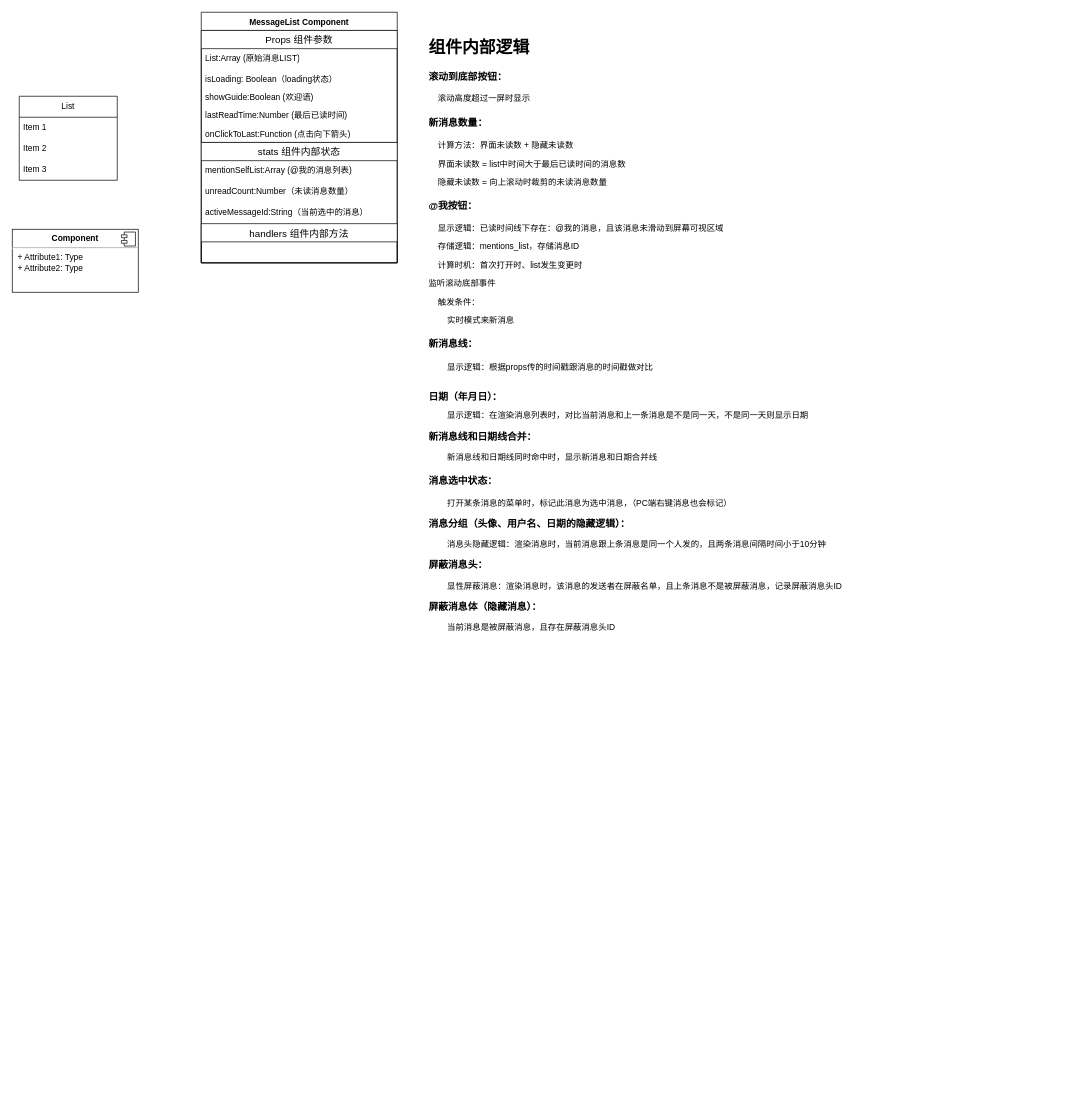
ccccccp/draw-io keeps this draw.io diagram as TextRoom.drawio. Above is the earlier version. Source tidied: cells renumbered, new cells numbered last; positions are measured from the earlier drawing's top-left corner, leaving out a move shared by most shapes. Both pictures are drawn from the tidied source at 70%, with x=0, y=0 at pixel (12, 12).
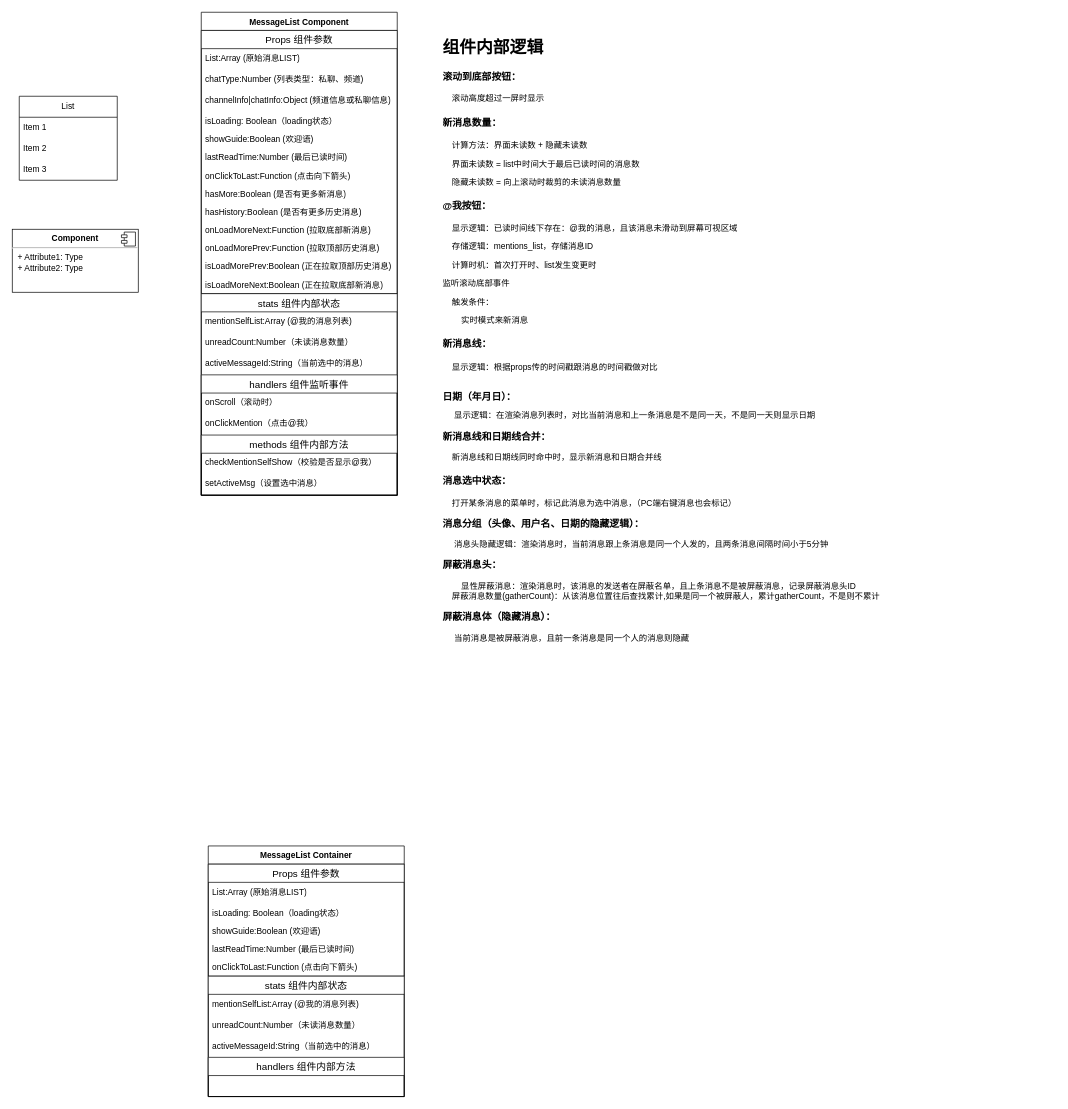
The same diagram, later.

The edit, as a diff of the source:
```diff
@@
     <mxCell id="8" value="MessageList Component" style="swimlane;fontStyle=1;align=center;verticalAlign=top;horizontal=1;startSize=26;whiteSpace=wrap;html=1;" parent="1" vertex="1">
-      <mxGeometry x="270" width="280" height="358" as="geometry" />
+      <mxGeometry x="270" width="280" height="690" as="geometry" />
     </mxCell>
     <mxCell id="9" value="Props 组件参数" style="swimlane;fontStyle=0;horizontal=1;startSize=26;align=center;fontSize=14;" parent="8" vertex="1">
-      <mxGeometry y="26" width="280" height="160" as="geometry" />
+      <mxGeometry y="26" width="280" height="376" as="geometry" />
     </mxCell>
@@
+    <mxCell id="21" value="chatType:Number (列表类型：私聊、频道)" style="text;strokeColor=none;fillColor=none;spacingLeft=4;spacingRight=4;overflow=hidden;fontSize=12;whiteSpace=wrap;html=1;" parent="9" vertex="1">
+      <mxGeometry y="56" width="280" height="30" as="geometry" />
+    </mxCell>
+    <mxCell id="22" value="channelInfo|chatInfo:Object (频道信息或私聊信息)" style="text;strokeColor=none;fillColor=none;spacingLeft=4;spacingRight=4;overflow=hidden;fontSize=12;whiteSpace=wrap;html=1;" parent="9" vertex="1">
+      <mxGeometry y="86" width="280" height="30" as="geometry" />
+    </mxCell>
     <mxCell id="11" value="isLoading: Boolean（loading状态）" style="text;strokeColor=none;fillColor=none;align=left;verticalAlign=top;spacingLeft=4;spacingRight=4;overflow=hidden;whiteSpace=wrap;html=1;" parent="9" vertex="1">
-      <mxGeometry y="56" width="280" height="26" as="geometry" />
+      <mxGeometry y="116" width="280" height="26" as="geometry" />
     </mxCell>
     <mxCell id="12" value="showGuide:Boolean (欢迎语)" style="text;strokeColor=none;fillColor=none;align=left;verticalAlign=top;spacingLeft=4;spacingRight=4;overflow=hidden;whiteSpace=wrap;html=1;" parent="9" vertex="1">
-      <mxGeometry y="82" width="280" height="26" as="geometry" />
+      <mxGeometry y="142" width="280" height="26" as="geometry" />
     </mxCell>
     <mxCell id="13" value="lastReadTime:Number (最后已读时间)" style="text;strokeColor=none;fillColor=none;align=left;verticalAlign=top;spacingLeft=4;spacingRight=4;overflow=hidden;whiteSpace=wrap;html=1;" parent="9" vertex="1">
-      <mxGeometry y="108" width="280" height="26" as="geometry" />
+      <mxGeometry y="168" width="280" height="26" as="geometry" />
     </mxCell>
     <mxCell id="14" value="onClickToLast:Function (点击向下箭头)" style="text;strokeColor=none;fillColor=none;align=left;verticalAlign=top;spacingLeft=4;spacingRight=4;overflow=hidden;whiteSpace=wrap;html=1;" parent="9" vertex="1">
-      <mxGeometry y="134" width="280" height="26" as="geometry" />
+      <mxGeometry y="194" width="280" height="26" as="geometry" />
     </mxCell>
+    <mxCell id="23" value="hasMore:Boolean (是否有更多新消息)" style="text;strokeColor=none;fillColor=none;align=left;verticalAlign=top;spacingLeft=4;spacingRight=4;overflow=hidden;whiteSpace=wrap;html=1;" parent="9" vertex="1">
+      <mxGeometry y="220" width="280" height="26" as="geometry" />
+    </mxCell>
+    <mxCell id="24" value="hasHistory:Boolean (是否有更多历史消息)" style="text;strokeColor=none;fillColor=none;align=left;verticalAlign=top;spacingLeft=4;spacingRight=4;overflow=hidden;whiteSpace=wrap;html=1;" parent="9" vertex="1">
+      <mxGeometry y="246" width="280" height="26" as="geometry" />
+    </mxCell>
+    <mxCell id="25" value="onLoadMoreNext:Function (拉取底部新消息)" style="text;strokeColor=none;fillColor=none;align=left;verticalAlign=top;spacingLeft=4;spacingRight=4;overflow=hidden;whiteSpace=wrap;html=1;" parent="9" vertex="1">
+      <mxGeometry y="272" width="280" height="26" as="geometry" />
+    </mxCell>
+    <mxCell id="26" value="onLoadMorePrev:Function (拉取顶部历史消息)" style="text;strokeColor=none;fillColor=none;align=left;verticalAlign=top;spacingLeft=4;spacingRight=4;overflow=hidden;whiteSpace=wrap;html=1;" parent="9" vertex="1">
+      <mxGeometry y="298" width="280" height="26" as="geometry" />
+    </mxCell>
+    <mxCell id="27" value="isLoadMorePrev:Boolean (正在拉取顶部历史消息)" style="text;strokeColor=none;fillColor=none;align=left;verticalAlign=top;spacingLeft=4;spacingRight=4;overflow=hidden;whiteSpace=wrap;html=1;" parent="9" vertex="1">
+      <mxGeometry y="324" width="280" height="26" as="geometry" />
+    </mxCell>
+    <mxCell id="28" value="isLoadMoreNext:Boolean (正在拉取底部新消息)" style="text;strokeColor=none;fillColor=none;align=left;verticalAlign=top;spacingLeft=4;spacingRight=4;overflow=hidden;whiteSpace=wrap;html=1;" parent="9" vertex="1">
+      <mxGeometry y="350" width="280" height="26" as="geometry" />
+    </mxCell>
     <mxCell id="15" value="stats 组件内部状态" style="swimlane;fontStyle=0;horizontal=1;startSize=26;align=center;fontSize=14;" parent="8" vertex="1">
-      <mxGeometry y="186" width="280" height="172" as="geometry" />
+      <mxGeometry y="402" width="280" height="288" as="geometry" />
     </mxCell>
@@
-    <mxCell id="19" value="handlers 组件内部方法" style="swimlane;fontStyle=0;horizontal=1;startSize=26;align=center;fontSize=14;" parent="15" vertex="1">
-      <mxGeometry y="116" width="280" height="56" as="geometry" />
+    <mxCell id="19" value="handlers 组件监听事件" style="swimlane;fontStyle=0;horizontal=1;startSize=26;align=center;fontSize=14;" parent="15" vertex="1">
+      <mxGeometry y="116" width="280" height="172" as="geometry" />
     </mxCell>
+    <mxCell id="29" value="onScroll（滚动时）" style="text;strokeColor=none;fillColor=none;spacingLeft=4;spacingRight=4;overflow=hidden;fontSize=12;whiteSpace=wrap;html=1;" parent="19" vertex="1">
+      <mxGeometry y="26" width="280" height="30" as="geometry" />
+    </mxCell>
+    <mxCell id="30" value="onClickMention（点击@我）" style="text;strokeColor=none;fillColor=none;spacingLeft=4;spacingRight=4;overflow=hidden;fontSize=12;whiteSpace=wrap;html=1;" parent="19" vertex="1">
+      <mxGeometry y="56" width="280" height="30" as="geometry" />
+    </mxCell>
+    <mxCell id="31" value="methods 组件内部方法" style="swimlane;fontStyle=0;horizontal=1;startSize=26;align=center;fontSize=14;" parent="19" vertex="1">
+      <mxGeometry y="86" width="280" height="86" as="geometry" />
+    </mxCell>
+    <mxCell id="32" value="checkMentionSelfShow（校验是否显示@我）" style="text;strokeColor=none;fillColor=none;spacingLeft=4;spacingRight=4;overflow=hidden;fontSize=12;whiteSpace=wrap;html=1;" parent="31" vertex="1">
+      <mxGeometry y="26" width="280" height="30" as="geometry" />
+    </mxCell>
+    <mxCell id="33" value="setActiveMsg（设置选中消息）" style="text;strokeColor=none;fillColor=none;spacingLeft=4;spacingRight=4;overflow=hidden;fontSize=12;whiteSpace=wrap;html=1;" parent="31" vertex="1">
+      <mxGeometry y="56" width="280" height="30" as="geometry" />
+    </mxCell>
-    <mxCell id="20" value="&lt;h1&gt;组件内部逻辑&lt;br&gt;&lt;/h1&gt;&lt;h2&gt;&lt;b&gt;&lt;font style=&quot;font-size: 14px;&quot;&gt;滚动到底部按钮：&lt;/font&gt;&lt;/b&gt;&lt;/h2&gt;&lt;p&gt;&lt;span style=&quot;&quot;&gt;&lt;span style=&quot;&quot;&gt;&amp;nbsp;&amp;nbsp;&amp;nbsp;&amp;nbsp;&lt;/span&gt;&lt;/span&gt;滚动高度超过一屏时显示&lt;/p&gt;&lt;h2&gt;&lt;font style=&quot;font-size: 14px;&quot;&gt;&lt;b&gt;新消息数量：&lt;/b&gt;&lt;/font&gt;&lt;/h2&gt;&lt;p&gt;&lt;span style=&quot;&quot;&gt;&lt;span style=&quot;&quot;&gt;&amp;nbsp;&amp;nbsp;&amp;nbsp;&amp;nbsp;计算方法：界面未读数 + 隐藏未读数&lt;/span&gt;&lt;/span&gt;&lt;br&gt;&lt;/p&gt;&lt;p&gt;&lt;span style=&quot;&quot;&gt;&lt;span style=&quot;white-space: pre;&quot;&gt;&amp;nbsp;&amp;nbsp;&amp;nbsp;&amp;nbsp;&lt;/span&gt;&lt;/span&gt;界面未读数 = list中时间大于最后已读时间的消息数&lt;br&gt;&lt;/p&gt;&lt;p&gt;&lt;span style=&quot;&quot;&gt;&lt;span style=&quot;white-space: pre;&quot;&gt;&amp;nbsp;&amp;nbsp;&amp;nbsp;&amp;nbsp;&lt;/span&gt;&lt;/span&gt;隐藏未读数 = 向上滚动时裁剪的未读消息数量&lt;/p&gt;&lt;h2 style=&quot;border-color: var(--border-color);&quot;&gt;&lt;font style=&quot;border-color: var(--border-color); font-size: 14px;&quot;&gt;&lt;b style=&quot;border-color: var(--border-color);&quot;&gt;@我按钮：&lt;/b&gt;&lt;/font&gt;&lt;/h2&gt;&lt;p style=&quot;border-color: var(--border-color);&quot;&gt;&lt;span style=&quot;&quot;&gt;&amp;nbsp;&amp;nbsp;&amp;nbsp;&amp;nbsp;显示逻辑：已读时间线下存在：@我的消息，且该消息未滑动到屏幕可视区域&lt;/span&gt;&lt;/p&gt;&lt;p style=&quot;border-color: var(--border-color);&quot;&gt;&amp;nbsp; &amp;nbsp; 存储逻辑：mentions_list，存储消息ID&lt;/p&gt;&lt;p style=&quot;border-color: var(--border-color);&quot;&gt;&amp;nbsp; &amp;nbsp; 计算时机：首次打开时、list发生变更时&lt;/p&gt;&lt;p style=&quot;border-color: var(--border-color);&quot;&gt;监听滚动底部事件&lt;/p&gt;&lt;p style=&quot;border-color: var(--border-color);&quot;&gt;&amp;nbsp; &amp;nbsp; 触发条件：&lt;/p&gt;&lt;p style=&quot;border-color: var(--border-color);&quot;&gt;&amp;nbsp; &amp;nbsp; &amp;nbsp; &amp;nbsp; 实时模式来新消息&lt;/p&gt;&lt;h2 style=&quot;border-color: var(--border-color);&quot;&gt;&lt;font style=&quot;font-size: 14px;&quot;&gt;新消息线：&lt;/font&gt;&lt;/h2&gt;&lt;div&gt;&lt;span style=&quot;white-space: pre;&quot;&gt;&#9;&lt;/span&gt;显示逻辑：根据props传的时间戳跟消息的时间戳做对比&lt;/div&gt;&lt;div&gt;&lt;br&gt;&lt;/div&gt;&lt;div&gt;&lt;p style=&quot;border-color: var(--border-color);&quot;&gt;&lt;b style=&quot;border-color: var(--border-color);&quot;&gt;&lt;font style=&quot;border-color: var(--border-color); font-size: 14px;&quot;&gt;日期（年月日）：&lt;/font&gt;&lt;/b&gt;&lt;/p&gt;&lt;p style=&quot;border-color: var(--border-color);&quot;&gt;&lt;span style=&quot;white-space: pre;&quot;&gt;&amp;nbsp;&amp;nbsp;&amp;nbsp;&amp;nbsp;    &lt;/span&gt;显示逻辑：在渲染消息列表时，对比当前消息和上一条消息是不是同一天，不是同一天则显示日期&lt;/p&gt;&lt;h3 style=&quot;border-color: var(--border-color);&quot;&gt;新消息线和日期线合并：&lt;/h3&gt;&lt;p style=&quot;border-color: var(--border-color);&quot;&gt;&lt;span style=&quot;white-space: pre;&quot;&gt;&#9;&lt;/span&gt;新消息线和日期线同时命中时，显示新消息和日期合并线&lt;/p&gt;&lt;/div&gt;&lt;h2 style=&quot;border-color: var(--border-color);&quot;&gt;&lt;font style=&quot;font-size: 14px;&quot;&gt;消息选中状态：&lt;/font&gt;&lt;/h2&gt;&lt;p style=&quot;border-color: var(--border-color);&quot;&gt;&lt;span style=&quot;white-space: pre;&quot;&gt;&#9;&lt;/span&gt;打开某条消息的菜单时，标记此消息为选中消息，（PC端右键消息也会标记）&lt;/p&gt;&lt;h3 style=&quot;border-color: var(--border-color);&quot;&gt;消息分组（头像、用户名、日期的隐藏逻辑）：&lt;/h3&gt;&lt;p style=&quot;border-color: var(--border-color);&quot;&gt;&lt;span style=&quot;&quot;&gt;&lt;span style=&quot;white-space: pre;&quot;&gt;&amp;nbsp;&amp;nbsp;&amp;nbsp;&amp;nbsp;    &lt;/span&gt;&lt;/span&gt;消息头隐藏逻辑：渲染消息时，当前消息跟上条消息是同一个人发的，且两条消息间隔时间小于10分钟&lt;br&gt;&lt;/p&gt;&lt;h3 style=&quot;border-color: var(--border-color);&quot;&gt;屏蔽消息头：&lt;/h3&gt;&lt;div&gt;&amp;nbsp; &amp;nbsp; &amp;nbsp; &amp;nbsp; 显性屏蔽消息：渲染消息时，该消息的发送者在屏蔽名单，且上条消息不是被屏蔽消息，记录屏蔽消息头ID&lt;/div&gt;&lt;h3 style=&quot;border-color: var(--border-color);&quot;&gt;屏蔽消息体（隐藏消息）：&lt;/h3&gt;&lt;div&gt;&lt;span style=&quot;&quot;&gt;&lt;span style=&quot;white-space: pre;&quot;&gt;&amp;nbsp;&amp;nbsp;&amp;nbsp;&amp;nbsp;    &lt;/span&gt;&lt;/span&gt;当前消息是被屏蔽消息，且存在屏蔽消息头ID&lt;br&gt;&lt;/div&gt;&lt;p style=&quot;border-color: var(--border-color);&quot;&gt;&lt;br&gt;&lt;/p&gt;" style="text;html=1;spacing=5;spacingTop=-20;whiteSpace=wrap;overflow=hidden;rounded=0;" parent="1" vertex="1">
-      <mxGeometry x="590" y="30" width="880" height="1150" as="geometry" />
+    <mxCell id="20" value="&lt;h1&gt;组件内部逻辑&lt;br&gt;&lt;/h1&gt;&lt;h2&gt;&lt;b&gt;&lt;font style=&quot;font-size: 14px;&quot;&gt;滚动到底部按钮：&lt;/font&gt;&lt;/b&gt;&lt;/h2&gt;&lt;p&gt;&lt;span style=&quot;&quot;&gt;&lt;span style=&quot;&quot;&gt;&amp;nbsp;&amp;nbsp;&amp;nbsp;&amp;nbsp;&lt;/span&gt;&lt;/span&gt;滚动高度超过一屏时显示&lt;/p&gt;&lt;h2&gt;&lt;font style=&quot;font-size: 14px;&quot;&gt;&lt;b&gt;新消息数量：&lt;/b&gt;&lt;/font&gt;&lt;/h2&gt;&lt;p&gt;&lt;span style=&quot;&quot;&gt;&lt;span style=&quot;&quot;&gt;&amp;nbsp;&amp;nbsp;&amp;nbsp;&amp;nbsp;计算方法：界面未读数 + 隐藏未读数&lt;/span&gt;&lt;/span&gt;&lt;br&gt;&lt;/p&gt;&lt;p&gt;&lt;span style=&quot;&quot;&gt;&lt;span style=&quot;&quot;&gt;&amp;nbsp;&amp;nbsp;&amp;nbsp;&amp;nbsp;&lt;/span&gt;&lt;/span&gt;界面未读数 = list中时间大于最后已读时间的消息数&lt;br&gt;&lt;/p&gt;&lt;p&gt;&lt;span style=&quot;&quot;&gt;&lt;span style=&quot;&quot;&gt;&amp;nbsp;&amp;nbsp;&amp;nbsp;&amp;nbsp;&lt;/span&gt;&lt;/span&gt;隐藏未读数 = 向上滚动时裁剪的未读消息数量&lt;/p&gt;&lt;h2 style=&quot;border-color: var(--border-color);&quot;&gt;&lt;font style=&quot;border-color: var(--border-color); font-size: 14px;&quot;&gt;&lt;b style=&quot;border-color: var(--border-color);&quot;&gt;@我按钮：&lt;/b&gt;&lt;/font&gt;&lt;/h2&gt;&lt;p style=&quot;border-color: var(--border-color);&quot;&gt;&lt;span style=&quot;&quot;&gt;&amp;nbsp;&amp;nbsp;&amp;nbsp;&amp;nbsp;显示逻辑：已读时间线下存在：@我的消息，且该消息未滑动到屏幕可视区域&lt;/span&gt;&lt;/p&gt;&lt;p style=&quot;border-color: var(--border-color);&quot;&gt;&amp;nbsp; &amp;nbsp; 存储逻辑：mentions_list，存储消息ID&lt;/p&gt;&lt;p style=&quot;border-color: var(--border-color);&quot;&gt;&amp;nbsp; &amp;nbsp; 计算时机：首次打开时、list发生变更时&lt;/p&gt;&lt;p style=&quot;border-color: var(--border-color);&quot;&gt;监听滚动底部事件&lt;/p&gt;&lt;p style=&quot;border-color: var(--border-color);&quot;&gt;&amp;nbsp; &amp;nbsp; 触发条件：&lt;/p&gt;&lt;p style=&quot;border-color: var(--border-color);&quot;&gt;&amp;nbsp; &amp;nbsp; &amp;nbsp; &amp;nbsp; 实时模式来新消息&lt;/p&gt;&lt;h2 style=&quot;border-color: var(--border-color);&quot;&gt;&lt;font style=&quot;font-size: 14px;&quot;&gt;新消息线：&lt;/font&gt;&lt;/h2&gt;&lt;div&gt;&lt;span style=&quot;&quot;&gt;&lt;span style=&quot;&quot;&gt;&amp;nbsp;&amp;nbsp;&amp;nbsp;&amp;nbsp;&lt;/span&gt;&lt;/span&gt;显示逻辑：根据props传的时间戳跟消息的时间戳做对比&lt;/div&gt;&lt;div&gt;&lt;br&gt;&lt;/div&gt;&lt;div&gt;&lt;p style=&quot;border-color: var(--border-color);&quot;&gt;&lt;b style=&quot;border-color: var(--border-color);&quot;&gt;&lt;font style=&quot;border-color: var(--border-color); font-size: 14px;&quot;&gt;日期（年月日）：&lt;/font&gt;&lt;/b&gt;&lt;/p&gt;&lt;p style=&quot;border-color: var(--border-color);&quot;&gt;&lt;span style=&quot;&quot;&gt;&amp;nbsp;&amp;nbsp;&amp;nbsp;&amp;nbsp;    &lt;/span&gt;显示逻辑：在渲染消息列表时，对比当前消息和上一条消息是不是同一天，不是同一天则显示日期&lt;/p&gt;&lt;h3 style=&quot;border-color: var(--border-color);&quot;&gt;新消息线和日期线合并：&lt;/h3&gt;&lt;p style=&quot;border-color: var(--border-color);&quot;&gt;&lt;span style=&quot;&quot;&gt;&lt;span style=&quot;&quot;&gt;&amp;nbsp;&amp;nbsp;&amp;nbsp;&amp;nbsp;&lt;/span&gt;&lt;/span&gt;新消息线和日期线同时命中时，显示新消息和日期合并线&lt;/p&gt;&lt;/div&gt;&lt;h2 style=&quot;border-color: var(--border-color);&quot;&gt;&lt;font style=&quot;font-size: 14px;&quot;&gt;消息选中状态：&lt;/font&gt;&lt;/h2&gt;&lt;p style=&quot;border-color: var(--border-color);&quot;&gt;&lt;span style=&quot;&quot;&gt;&lt;span style=&quot;&quot;&gt;&amp;nbsp;&amp;nbsp;&amp;nbsp;&amp;nbsp;&lt;/span&gt;&lt;/span&gt;打开某条消息的菜单时，标记此消息为选中消息，（PC端右键消息也会标记）&lt;/p&gt;&lt;h3 style=&quot;border-color: var(--border-color);&quot;&gt;消息分组（头像、用户名、日期的隐藏逻辑）：&lt;/h3&gt;&lt;p style=&quot;border-color: var(--border-color);&quot;&gt;&lt;span style=&quot;&quot;&gt;&lt;span style=&quot;&quot;&gt;&amp;nbsp;&amp;nbsp;&amp;nbsp;&amp;nbsp;    &lt;/span&gt;&lt;/span&gt;消息头隐藏逻辑：渲染消息时，当前消息跟上条消息是同一个人发的，且两条消息间隔时间小于5分钟&lt;br&gt;&lt;/p&gt;&lt;h3 style=&quot;border-color: var(--border-color);&quot;&gt;屏蔽消息头：&lt;/h3&gt;&lt;div&gt;&amp;nbsp; &amp;nbsp; &amp;nbsp; &amp;nbsp; 显性屏蔽消息：渲染消息时，该消息的发送者在屏蔽名单，且上条消息不是被屏蔽消息，记录屏蔽消息头ID&lt;/div&gt;&lt;div&gt;&lt;span style=&quot;&quot;&gt;&lt;span style=&quot;&quot;&gt;&amp;nbsp;&amp;nbsp;&amp;nbsp;&amp;nbsp;&lt;/span&gt;&lt;/span&gt;屏蔽消息数量(gatherCount)&lt;span style=&quot;background-color: initial;&quot;&gt;：从该消息位置往后查找累计,如果是同一个被屏蔽人，累计gatherCount，不是则不累计&lt;/span&gt;&lt;/div&gt;&lt;h3 style=&quot;border-color: var(--border-color);&quot;&gt;屏蔽消息体（隐藏消息）：&lt;/h3&gt;&lt;div&gt;&lt;span style=&quot;&quot;&gt;&lt;span style=&quot;&quot;&gt;&amp;nbsp;&amp;nbsp;&amp;nbsp;&amp;nbsp;    &lt;/span&gt;&lt;/span&gt;当前消息是被屏蔽消息，且前一条消息是同一个人的消息则隐藏&lt;br&gt;&lt;/div&gt;&lt;p style=&quot;border-color: var(--border-color);&quot;&gt;&lt;br&gt;&lt;/p&gt;" style="text;html=1;spacing=5;spacingTop=-20;whiteSpace=wrap;overflow=hidden;rounded=0;" parent="1" vertex="1">
+      <mxGeometry x="610" y="30" width="880" height="1150" as="geometry" />
     </mxCell>
+    <mxCell id="34" value="MessageList Container" style="swimlane;fontStyle=1;align=center;verticalAlign=top;horizontal=1;startSize=26;whiteSpace=wrap;html=1;" parent="1" vertex="1">
+      <mxGeometry x="280" y="1191" width="280" height="358" as="geometry" />
+    </mxCell>
+    <mxCell id="35" value="Props 组件参数" style="swimlane;fontStyle=0;horizontal=1;startSize=26;align=center;fontSize=14;" parent="34" vertex="1">
+      <mxGeometry y="26" width="280" height="160" as="geometry" />
+    </mxCell>
+    <mxCell id="36" value="List:Array (原始消息LIST)" style="text;strokeColor=none;fillColor=none;spacingLeft=4;spacingRight=4;overflow=hidden;fontSize=12;whiteSpace=wrap;html=1;" parent="35" vertex="1">
+      <mxGeometry y="26" width="280" height="30" as="geometry" />
+    </mxCell>
+    <mxCell id="37" value="isLoading: Boolean（loading状态）" style="text;strokeColor=none;fillColor=none;align=left;verticalAlign=top;spacingLeft=4;spacingRight=4;overflow=hidden;whiteSpace=wrap;html=1;" parent="35" vertex="1">
+      <mxGeometry y="56" width="280" height="26" as="geometry" />
+    </mxCell>
+    <mxCell id="38" value="showGuide:Boolean (欢迎语)" style="text;strokeColor=none;fillColor=none;align=left;verticalAlign=top;spacingLeft=4;spacingRight=4;overflow=hidden;whiteSpace=wrap;html=1;" parent="35" vertex="1">
+      <mxGeometry y="82" width="280" height="26" as="geometry" />
+    </mxCell>
+    <mxCell id="39" value="lastReadTime:Number (最后已读时间)" style="text;strokeColor=none;fillColor=none;align=left;verticalAlign=top;spacingLeft=4;spacingRight=4;overflow=hidden;whiteSpace=wrap;html=1;" parent="35" vertex="1">
+      <mxGeometry y="108" width="280" height="26" as="geometry" />
+    </mxCell>
+    <mxCell id="40" value="onClickToLast:Function (点击向下箭头)" style="text;strokeColor=none;fillColor=none;align=left;verticalAlign=top;spacingLeft=4;spacingRight=4;overflow=hidden;whiteSpace=wrap;html=1;" parent="35" vertex="1">
+      <mxGeometry y="134" width="280" height="26" as="geometry" />
+    </mxCell>
+    <mxCell id="41" value="stats 组件内部状态" style="swimlane;fontStyle=0;horizontal=1;startSize=26;align=center;fontSize=14;" parent="34" vertex="1">
+      <mxGeometry y="186" width="280" height="172" as="geometry" />
+    </mxCell>
+    <mxCell id="42" value="mentionSelfList:Array (@我的消息列表)" style="text;strokeColor=none;fillColor=none;spacingLeft=4;spacingRight=4;overflow=hidden;fontSize=12;whiteSpace=wrap;html=1;" parent="41" vertex="1">
+      <mxGeometry y="26" width="280" height="30" as="geometry" />
+    </mxCell>
+    <mxCell id="43" value="unreadCount:Number（未读消息数量）" style="text;strokeColor=none;fillColor=none;spacingLeft=4;spacingRight=4;overflow=hidden;fontSize=12;whiteSpace=wrap;html=1;" parent="41" vertex="1">
+      <mxGeometry y="56" width="280" height="30" as="geometry" />
+    </mxCell>
+    <mxCell id="44" value="activeMessageId:String（当前选中的消息）" style="text;strokeColor=none;fillColor=none;spacingLeft=4;spacingRight=4;overflow=hidden;fontSize=12;whiteSpace=wrap;html=1;" parent="41" vertex="1">
+      <mxGeometry y="86" width="280" height="30" as="geometry" />
+    </mxCell>
+    <mxCell id="45" value="handlers 组件内部方法" style="swimlane;fontStyle=0;horizontal=1;startSize=26;align=center;fontSize=14;" parent="41" vertex="1">
+      <mxGeometry y="116" width="280" height="56" as="geometry" />
+    </mxCell>
```
